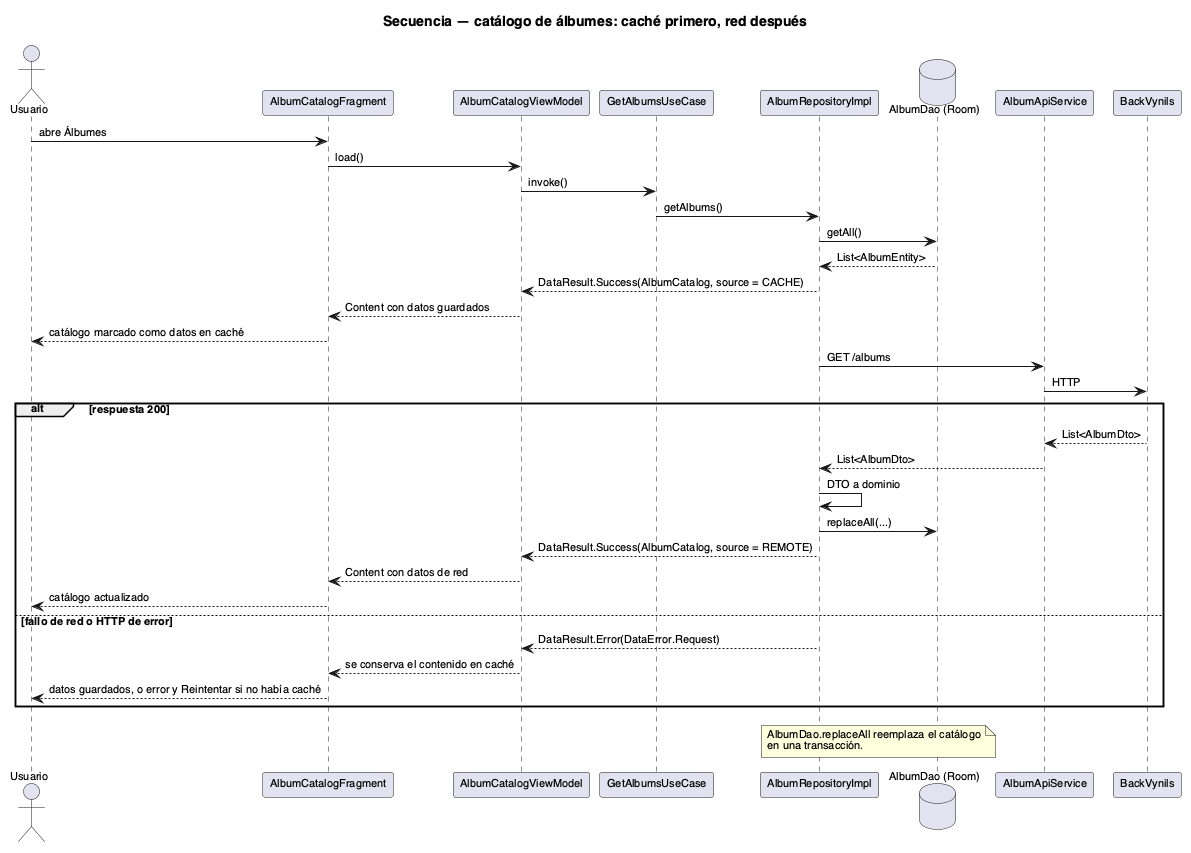
Earlier version of the PlantUML export docs/diagramas/08-secuencia-cache-catalogo.png (jhonospina2711/MISW4201-202615-Vinilos-Mobile-Grupo13). Its diagram source:
```plantuml
@startuml 08-secuencia-cache-catalogo
title Secuencia — catálogo de álbumes: caché primero, red después
skinparam shadowing false
skinparam defaultFontName Helvetica
skinparam defaultFontSize 11

actor "Usuario" as U
participant "AlbumCatalogFragment" as F
participant "AlbumCatalogViewModel" as VM
participant "GetAlbumsUseCase" as UC
participant "AlbumRepositoryImpl" as R
database "AlbumDao (Room)" as DB
participant "AlbumApiService" as API
participant "BackVynils" as B

U -> F : abre Álbumes
F -> VM : load()
VM -> UC : invoke()
UC -> R : getAlbums()

R -> DB : getAll()
DB --> R : List<AlbumEntity>
R --> VM : DataResult.Success(AlbumCatalog, source = CACHE)
VM --> F : Content con datos guardados
F --> U : catálogo marcado como datos en caché

R -> API : GET /albums
API -> B : HTTP
alt respuesta 200
  B --> API : List<AlbumDto>
  API --> R : List<AlbumDto>
  R -> R : DTO a dominio
  R -> DB : replaceAll(...)
  R --> VM : DataResult.Success(AlbumCatalog, source = REMOTE)
  VM --> F : Content con datos de red
  F --> U : catálogo actualizado
else fallo de red o HTTP de error
  R --> VM : DataResult.Error(DataError.Request)
  VM --> F : se conserva el contenido en caché
  F --> U : datos guardados, o error y Reintentar si no había caché
end

note over R,DB
  AlbumDao.replaceAll reemplaza el catálogo
  en una transacción.
end note

@enduml
```
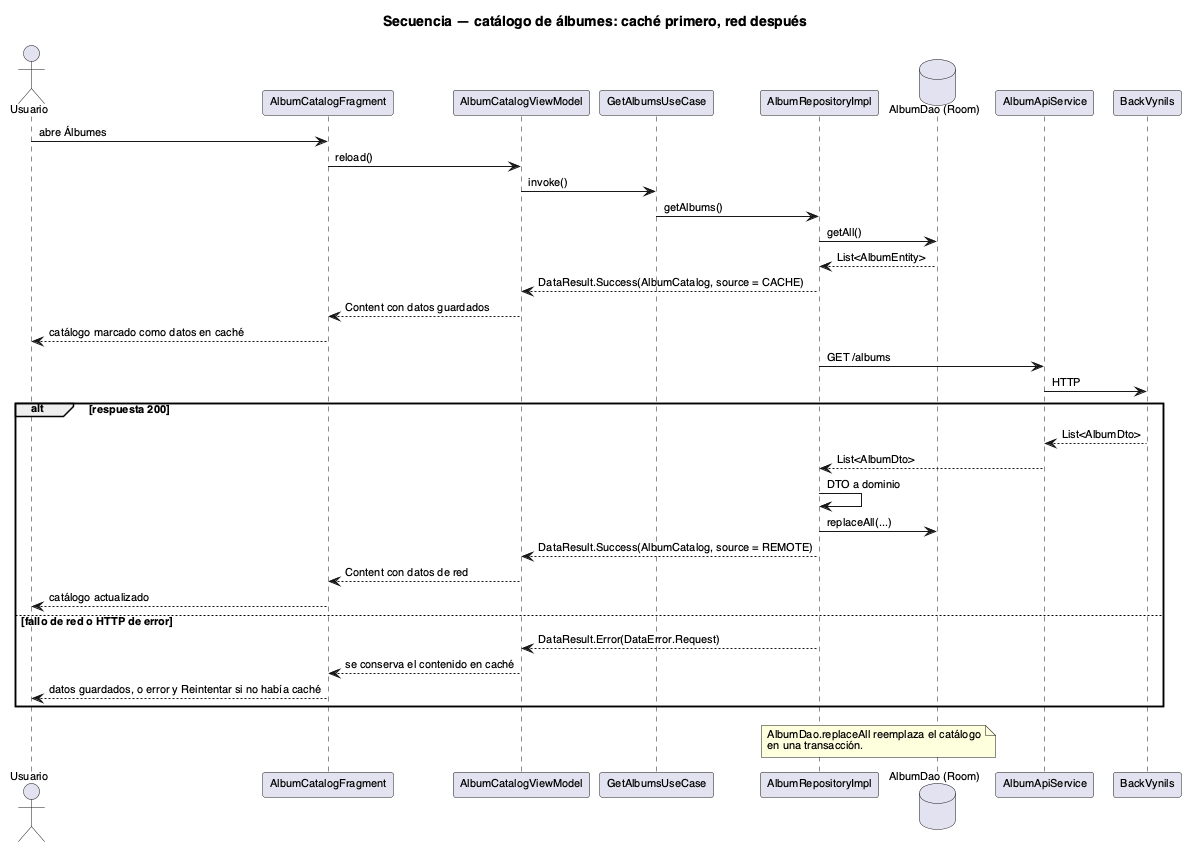
After the commit.

What changed in the source:
```diff
@@ -14,7 +14,7 @@
 participant "BackVynils" as B
 
 U -> F : abre Álbumes
-F -> VM : load()
+F -> VM : reload()
 VM -> UC : invoke()
 UC -> R : getAlbums()
 
```
